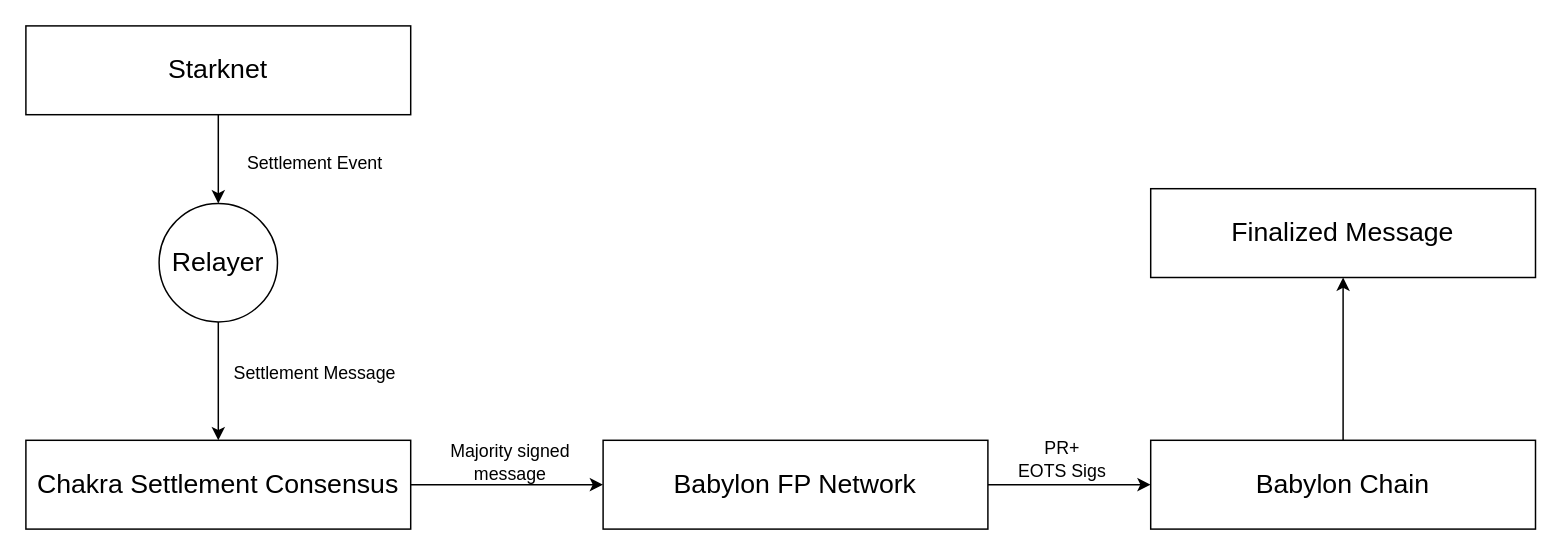
cynic-1/Graphs keeps this draw.io diagram as chakra_settlement_Babylon.drawio. Above is the earlier version. Source tidied: cells renumbered, new cells numbered last; positions are measured from the earlier drawing's top-left corner, leaving out a move shared by most shapes. Both pictures are drawn from the tidied source at 148%, with x=0, y=0 at pixel (25, 25).
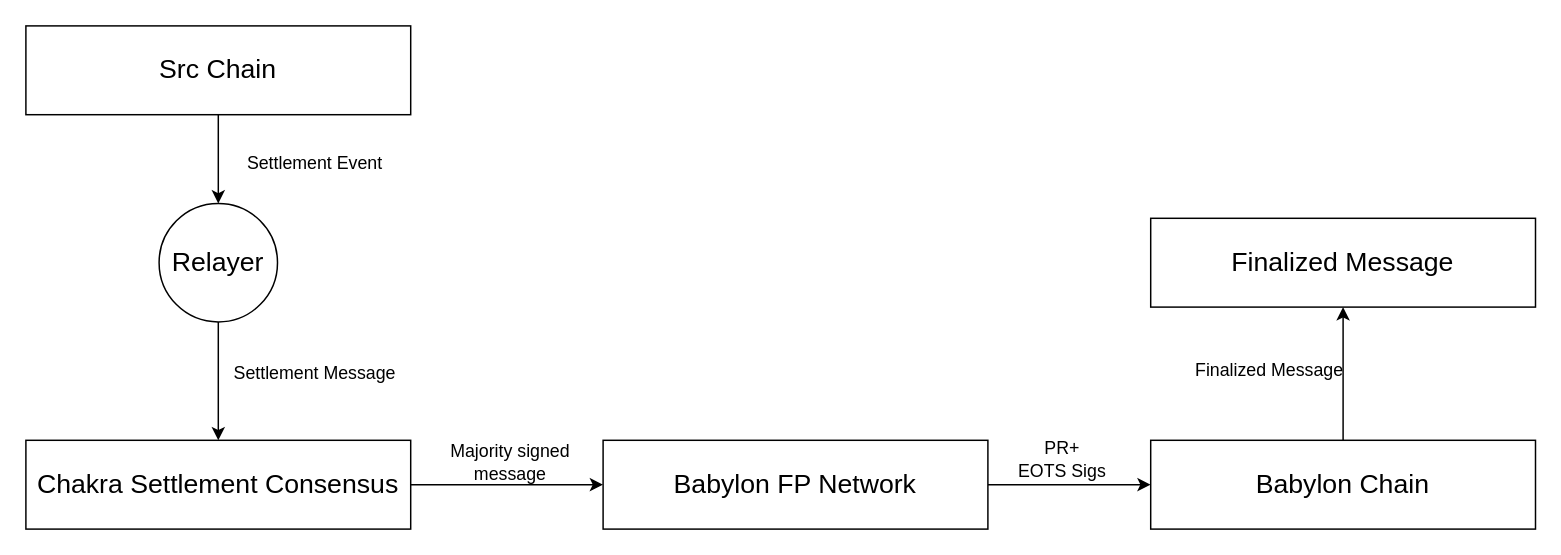
After the change.

Change to the diagram source:
```diff
@@
 <mxGraphModel>
   <root>
     <mxCell id="0" />
     <mxCell id="1" parent="0" />
     <mxCell id="2" style="edgeStyle=orthogonalEdgeStyle;rounded=0;jettySize=auto;html=1;" parent="1" edge="1" source="3" target="7">
       <mxGeometry relative="1" as="geometry" />
     </mxCell>
-    <mxCell id="3" value="&lt;font style=&quot;font-size: 18px;&quot;&gt;Starknet&lt;/font&gt;" style="rounded=0;whiteSpace=wrap;html=1;" parent="1" vertex="1">
+    <mxCell id="3" value="&lt;font style=&quot;font-size: 18px;&quot;&gt;Src Chain&lt;/font&gt;" style="rounded=0;whiteSpace=wrap;html=1;" parent="1" vertex="1">
       <mxGeometry width="260" height="60" as="geometry" />
     </mxCell>
     <mxCell id="4" style="edgeStyle=orthogonalEdgeStyle;rounded=0;jettySize=auto;html=1;entryX=0;entryY=0.5;entryDx=0;entryDy=0;" parent="1" edge="1" source="5" target="11">
       <mxGeometry relative="1" as="geometry" />
     </mxCell>
     <mxCell id="5" value="&lt;font style=&quot;font-size: 18px;&quot;&gt;Chakra Settlement Consensus&lt;/font&gt;" style="rounded=0;whiteSpace=wrap;html=1;" parent="1" vertex="1">
       <mxGeometry y="280" width="260" height="60" as="geometry" />
     </mxCell>
     <mxCell id="6" style="edgeStyle=orthogonalEdgeStyle;rounded=0;jettySize=auto;html=1;" parent="1" edge="1" source="7" target="5">
       <mxGeometry relative="1" as="geometry" />
     </mxCell>
     <mxCell id="7" value="&lt;font style=&quot;font-size: 18px;&quot;&gt;Relayer&lt;/font&gt;" style="ellipse;whiteSpace=wrap;html=1;" parent="1" vertex="1">
       <mxGeometry x="90" y="120" width="80" height="80" as="geometry" />
     </mxCell>
     <mxCell id="8" value="Settlement Event" style="text;html=1;align=center;verticalAlign=middle;strokeColor=none;fillColor=none;" parent="1" vertex="1">
       <mxGeometry x="140" y="78" width="110" height="30" as="geometry" />
     </mxCell>
     <mxCell id="9" value="Settlement Message" style="text;html=1;align=center;verticalAlign=middle;strokeColor=none;fillColor=none;" parent="1" vertex="1">
       <mxGeometry x="130" y="220" width="130" height="30" as="geometry" />
     </mxCell>
     <mxCell id="10" style="edgeStyle=orthogonalEdgeStyle;rounded=0;jettySize=auto;html=1;" parent="1" edge="1" source="11" target="13">
       <mxGeometry relative="1" as="geometry" />
     </mxCell>
     <mxCell id="11" value="&lt;font style=&quot;font-size: 18px;&quot;&gt;Babylon FP Network&lt;/font&gt;" style="rounded=0;whiteSpace=wrap;html=1;" parent="1" vertex="1">
       <mxGeometry x="390" y="280" width="260" height="60" as="geometry" />
     </mxCell>
     <mxCell id="12" style="edgeStyle=orthogonalEdgeStyle;rounded=0;jettySize=auto;html=1;" parent="1" edge="1" source="13" target="16">
       <mxGeometry relative="1" as="geometry" />
     </mxCell>
     <mxCell id="13" value="&lt;font style=&quot;font-size: 18px;&quot;&gt;Babylon Chain&lt;/font&gt;" style="rounded=0;whiteSpace=wrap;html=1;" parent="1" vertex="1">
       <mxGeometry x="760" y="280" width="260" height="60" as="geometry" />
     </mxCell>
     <mxCell id="14" value="Majority signed &lt;br&gt;message" style="text;html=1;align=center;verticalAlign=middle;strokeColor=none;fillColor=none;" parent="1" vertex="1">
       <mxGeometry x="277" y="275" width="100" height="40" as="geometry" />
     </mxCell>
     <mxCell id="15" value="PR+&lt;br&gt;EOTS Sigs" style="text;html=1;align=center;verticalAlign=middle;strokeColor=none;fillColor=none;" parent="1" vertex="1">
       <mxGeometry x="660" y="273" width="80" height="40" as="geometry" />
     </mxCell>
     <mxCell id="16" value="&lt;font style=&quot;font-size: 18px;&quot;&gt;Finalized Message&lt;/font&gt;" style="rounded=0;whiteSpace=wrap;html=1;" parent="1" vertex="1">
-      <mxGeometry x="760" y="110" width="260" height="60" as="geometry" />
+      <mxGeometry x="760" y="130" width="260" height="60" as="geometry" />
     </mxCell>
+    <mxCell id="17" value="Finalized Message" style="text;html=1;align=center;verticalAlign=middle;strokeColor=none;fillColor=none;" parent="1" vertex="1">
+      <mxGeometry x="780" y="218" width="120" height="30" as="geometry" />
+    </mxCell>
   </root>
 </mxGraphModel>
```
